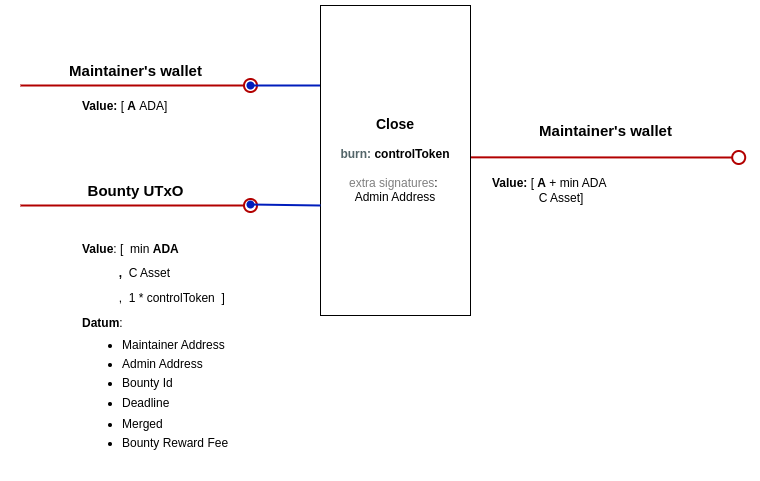
githoney-io/githoney-smart-contract keeps this draw.io diagram as docs/img/close.png. Above is the earlier version. Source tidied: cells renumbered, new cells last; positions are measured from the earlier drawing's top-left corner, leaving out a move shared by most shapes. The source it was exported from:
```xml
<mxGraphModel>
  <root>
    <mxCell id="0" />
    <mxCell id="1" parent="0" />
    <mxCell id="2" style="endArrow=oval;html=1;rounded=0;strokeWidth=2;fillColor=#e51400;strokeColor=#B20000;startArrow=none;startFill=0;endFill=0;endSize=13;" parent="1" edge="1">
      <mxGeometry relative="1" as="geometry">
        <mxPoint y="80" as="sourcePoint" />
        <mxPoint x="230" y="80" as="targetPoint" />
      </mxGeometry>
    </mxCell>
    <mxCell id="3" style="endArrow=oval;html=1;rounded=0;fillColor=#0050ef;strokeColor=#001DBC;shadow=0;strokeWidth=2;startArrow=none;startFill=0;endFill=1;endSize=6;" parent="1" edge="1">
      <mxGeometry relative="1" as="geometry">
        <mxPoint x="350" y="80" as="sourcePoint" />
        <mxPoint x="230" y="80" as="targetPoint" />
      </mxGeometry>
    </mxCell>
    <mxCell id="4" value="&lt;b&gt;Value: &lt;/b&gt;[&lt;b&gt;&amp;nbsp;A&lt;/b&gt;&amp;nbsp;ADA]" style="text;html=1;strokeColor=none;fillColor=none;align=left;verticalAlign=middle;whiteSpace=wrap;rounded=0;" parent="1" vertex="1">
      <mxGeometry x="60" y="80" width="174" height="41" as="geometry" />
    </mxCell>
    <mxCell id="5" style="endArrow=oval;html=1;rounded=0;strokeWidth=2;fillColor=#e51400;strokeColor=#B20000;startArrow=none;startFill=0;endFill=0;endSize=13;exitX=1.015;exitY=0.384;exitDx=0;exitDy=0;exitPerimeter=0;" parent="1" edge="1">
      <mxGeometry relative="1" as="geometry">
        <mxPoint x="450" y="151.8" as="sourcePoint" />
        <mxPoint x="718.2" y="152" as="targetPoint" />
      </mxGeometry>
    </mxCell>
    <mxCell id="6" value="&lt;font style=&quot;&quot;&gt;&lt;span style=&quot;font-weight: bold; font-size: 14px;&quot;&gt;Close&lt;br&gt;&lt;/span&gt;&lt;/font&gt;&lt;br&gt;&lt;b&gt;&lt;font color=&quot;#536569&quot;&gt;burn:&amp;nbsp;&lt;/font&gt;controlToken&lt;br&gt;&lt;/b&gt;&lt;br&gt;&lt;font style=&quot;&quot;&gt;&lt;font color=&quot;#808080&quot;&gt;extra signatures&lt;/font&gt;:&amp;nbsp;&lt;br&gt;Admin Address&lt;/font&gt;" style="rounded=0;whiteSpace=wrap;html=1;" parent="1" vertex="1">
      <mxGeometry x="300" width="150" height="310" as="geometry" />
    </mxCell>
    <mxCell id="7" value="&lt;font style=&quot;font-size: 15px;&quot;&gt;&lt;b style=&quot;font-size: 12px;&quot;&gt;&lt;font style=&quot;font-size: 15px;&quot;&gt;Maintainer's wallet&lt;/font&gt;&lt;/b&gt;&lt;b&gt;&lt;br&gt;&lt;/b&gt;&lt;/font&gt;" style="text;html=1;align=center;verticalAlign=middle;strokeColor=none;fillColor=none;" parent="1" vertex="1">
      <mxGeometry x="35" y="50" width="160" height="30" as="geometry" />
    </mxCell>
    <mxCell id="8" value="&lt;font style=&quot;font-size: 15px;&quot;&gt;&lt;b style=&quot;font-size: 12px;&quot;&gt;&lt;font style=&quot;font-size: 15px;&quot;&gt;Maintainer's wallet&lt;/font&gt;&lt;/b&gt;&lt;b&gt;&lt;br&gt;&lt;/b&gt;&lt;/font&gt;" style="text;html=1;align=center;verticalAlign=middle;strokeColor=none;fillColor=none;" parent="1" vertex="1">
      <mxGeometry x="505.2" y="110" width="160" height="30" as="geometry" />
    </mxCell>
    <mxCell id="9" style="endArrow=oval;html=1;rounded=0;strokeWidth=2;fillColor=#e51400;strokeColor=#B20000;startArrow=none;startFill=0;endFill=0;endSize=13;" parent="1" edge="1">
      <mxGeometry relative="1" as="geometry">
        <mxPoint y="200" as="sourcePoint" />
        <mxPoint x="230" y="200" as="targetPoint" />
      </mxGeometry>
    </mxCell>
    <mxCell id="10" style="endArrow=oval;html=1;rounded=0;fillColor=#0050ef;strokeColor=#001DBC;shadow=0;strokeWidth=2;startArrow=none;startFill=0;endFill=1;endSize=6;" parent="1" edge="1">
      <mxGeometry relative="1" as="geometry">
        <mxPoint x="300" y="200" as="sourcePoint" />
        <mxPoint x="230" y="199" as="targetPoint" />
      </mxGeometry>
    </mxCell>
    <mxCell id="11" value="&lt;font style=&quot;font-size: 15px;&quot;&gt;&lt;b&gt;Bounty UTxO&lt;/b&gt;&lt;/font&gt;" style="text;html=1;align=center;verticalAlign=middle;strokeColor=none;fillColor=none;" parent="1" vertex="1">
      <mxGeometry x="55" y="170" width="120" height="30" as="geometry" />
    </mxCell>
    <mxCell id="12" value="&lt;p style=&quot;line-height: 100%;&quot;&gt;&lt;b&gt;Value&lt;/b&gt;: [&amp;nbsp; min&lt;b&gt;&amp;nbsp;ADA&lt;/b&gt;&lt;/p&gt;&lt;p style=&quot;line-height: 100%;&quot;&gt;&lt;b&gt;&lt;span style=&quot;white-space: pre;&quot;&gt;&#9;&lt;/span&gt;&amp;nbsp; &amp;nbsp;,&amp;nbsp; &lt;/b&gt;C Asset&lt;br&gt;&lt;/p&gt;&lt;span style=&quot;background-color: initial;&quot;&gt;&amp;nbsp; &amp;nbsp; &amp;nbsp; &amp;nbsp; &amp;nbsp; &amp;nbsp;,&amp;nbsp; 1 * controlToken&lt;/span&gt;&lt;b style=&quot;background-color: initial;&quot;&gt;&amp;nbsp;&amp;nbsp;&lt;/b&gt;&lt;span style=&quot;background-color: initial;&quot;&gt;]&amp;nbsp;&lt;/span&gt;&lt;div&gt;&lt;div&gt;&lt;p style=&quot;line-height: 100%;&quot;&gt;&lt;b&gt;Datum&lt;/b&gt;:&lt;/p&gt;&lt;ul style=&quot;line-height: 80%;&quot;&gt;&lt;li&gt;Maintainer Address&lt;/li&gt;&lt;br&gt;&lt;li&gt;Admin Address&amp;nbsp; &amp;nbsp; &amp;nbsp; &amp;nbsp; &amp;nbsp; &amp;nbsp;&lt;br&gt;&amp;nbsp; &amp;nbsp; &amp;nbsp;&lt;/li&gt;&lt;li&gt;Bounty Id&lt;br&gt;&lt;br&gt;&lt;/li&gt;&lt;li&gt;Deadline&lt;/li&gt;&lt;/ul&gt;&lt;ul style=&quot;line-height: 80%;&quot;&gt;&lt;li&gt;Merged&lt;br&gt;&lt;br&gt;&lt;/li&gt;&lt;li&gt;Bounty Reward Fee&lt;br&gt;&lt;br&gt;&lt;/li&gt;&lt;/ul&gt;&lt;p&gt;&lt;/p&gt;&lt;/div&gt;&lt;/div&gt;" style="text;html=1;strokeColor=none;fillColor=none;align=left;verticalAlign=middle;whiteSpace=wrap;rounded=0;" parent="1" vertex="1">
      <mxGeometry x="60" y="220" width="437.4" height="250" as="geometry" />
    </mxCell>
    <mxCell id="13" value="&lt;b&gt;Value: &lt;/b&gt;[&lt;b&gt;&amp;nbsp;A&lt;/b&gt;&amp;nbsp;+ min ADA&lt;br&gt;&lt;div&gt;&lt;span style=&quot;white-space: pre;&quot;&gt;&#9;&lt;/span&gt;&amp;nbsp; &amp;nbsp; &amp;nbsp; C Asset]&lt;/div&gt;" style="text;html=1;strokeColor=none;fillColor=none;align=left;verticalAlign=middle;whiteSpace=wrap;rounded=0;" parent="1" vertex="1">
      <mxGeometry x="470" y="164.5" width="174" height="41" as="geometry" />
    </mxCell>
  </root>
</mxGraphModel>
```
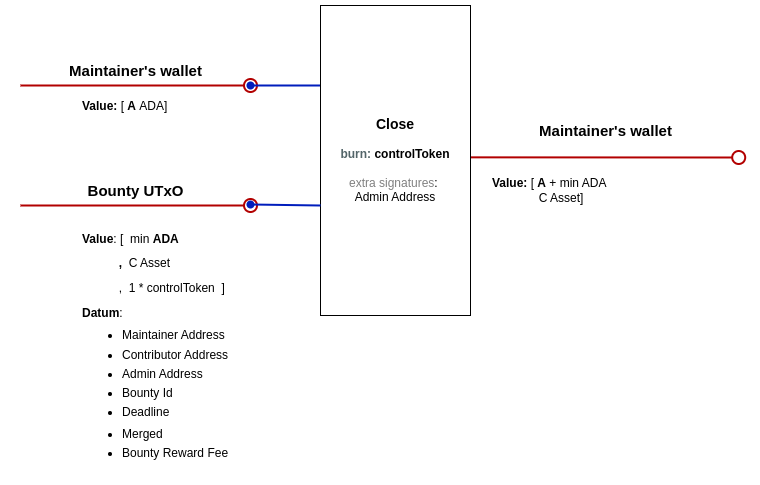
Later version of the same file.

Commit message:
Close and more checks

Change to the diagram source:
```diff
@@ -47,7 +47,7 @@
     <mxCell id="11" value="&lt;font style=&quot;font-size: 15px;&quot;&gt;&lt;b&gt;Bounty UTxO&lt;/b&gt;&lt;/font&gt;" style="text;html=1;align=center;verticalAlign=middle;strokeColor=none;fillColor=none;" parent="1" vertex="1">
       <mxGeometry x="55" y="170" width="120" height="30" as="geometry" />
     </mxCell>
-    <mxCell id="12" value="&lt;p style=&quot;line-height: 100%;&quot;&gt;&lt;b&gt;Value&lt;/b&gt;: [&amp;nbsp; min&lt;b&gt;&amp;nbsp;ADA&lt;/b&gt;&lt;/p&gt;&lt;p style=&quot;line-height: 100%;&quot;&gt;&lt;b&gt;&lt;span style=&quot;white-space: pre;&quot;&gt;&#9;&lt;/span&gt;&amp;nbsp; &amp;nbsp;,&amp;nbsp; &lt;/b&gt;C Asset&lt;br&gt;&lt;/p&gt;&lt;span style=&quot;background-color: initial;&quot;&gt;&amp;nbsp; &amp;nbsp; &amp;nbsp; &amp;nbsp; &amp;nbsp; &amp;nbsp;,&amp;nbsp; 1 * controlToken&lt;/span&gt;&lt;b style=&quot;background-color: initial;&quot;&gt;&amp;nbsp;&amp;nbsp;&lt;/b&gt;&lt;span style=&quot;background-color: initial;&quot;&gt;]&amp;nbsp;&lt;/span&gt;&lt;div&gt;&lt;div&gt;&lt;p style=&quot;line-height: 100%;&quot;&gt;&lt;b&gt;Datum&lt;/b&gt;:&lt;/p&gt;&lt;ul style=&quot;line-height: 80%;&quot;&gt;&lt;li&gt;Maintainer Address&lt;/li&gt;&lt;br&gt;&lt;li&gt;Admin Address&amp;nbsp; &amp;nbsp; &amp;nbsp; &amp;nbsp; &amp;nbsp; &amp;nbsp;&lt;br&gt;&amp;nbsp; &amp;nbsp; &amp;nbsp;&lt;/li&gt;&lt;li&gt;Bounty Id&lt;br&gt;&lt;br&gt;&lt;/li&gt;&lt;li&gt;Deadline&lt;/li&gt;&lt;/ul&gt;&lt;ul style=&quot;line-height: 80%;&quot;&gt;&lt;li&gt;Merged&lt;br&gt;&lt;br&gt;&lt;/li&gt;&lt;li&gt;Bounty Reward Fee&lt;br&gt;&lt;br&gt;&lt;/li&gt;&lt;/ul&gt;&lt;p&gt;&lt;/p&gt;&lt;/div&gt;&lt;/div&gt;" style="text;html=1;strokeColor=none;fillColor=none;align=left;verticalAlign=middle;whiteSpace=wrap;rounded=0;" parent="1" vertex="1">
+    <mxCell id="12" value="&lt;p style=&quot;line-height: 100%;&quot;&gt;&lt;b&gt;Value&lt;/b&gt;: [&amp;nbsp; min&lt;b&gt;&amp;nbsp;ADA&lt;/b&gt;&lt;/p&gt;&lt;p style=&quot;line-height: 100%;&quot;&gt;&lt;b&gt;&lt;span style=&quot;white-space: pre;&quot;&gt;&#9;&lt;/span&gt;&amp;nbsp; &amp;nbsp;,&amp;nbsp; &lt;/b&gt;C Asset&lt;br&gt;&lt;/p&gt;&lt;span style=&quot;background-color: initial;&quot;&gt;&amp;nbsp; &amp;nbsp; &amp;nbsp; &amp;nbsp; &amp;nbsp; &amp;nbsp;,&amp;nbsp; 1 * controlToken&lt;/span&gt;&lt;b style=&quot;background-color: initial;&quot;&gt;&amp;nbsp;&amp;nbsp;&lt;/b&gt;&lt;span style=&quot;background-color: initial;&quot;&gt;]&amp;nbsp;&lt;/span&gt;&lt;div&gt;&lt;div&gt;&lt;p style=&quot;line-height: 100%;&quot;&gt;&lt;b&gt;Datum&lt;/b&gt;:&lt;/p&gt;&lt;ul style=&quot;line-height: 80%;&quot;&gt;&lt;li&gt;Maintainer Address&lt;br&gt;&lt;br&gt;&lt;/li&gt;&lt;li&gt;Contributor Address&lt;/li&gt;&lt;br&gt;&lt;li&gt;Admin Address&amp;nbsp; &amp;nbsp; &amp;nbsp; &amp;nbsp; &amp;nbsp; &amp;nbsp;&lt;br&gt;&amp;nbsp; &amp;nbsp; &amp;nbsp;&lt;/li&gt;&lt;li&gt;Bounty Id&lt;br&gt;&lt;br&gt;&lt;/li&gt;&lt;li&gt;Deadline&lt;/li&gt;&lt;/ul&gt;&lt;ul style=&quot;line-height: 80%;&quot;&gt;&lt;li&gt;Merged&lt;br&gt;&lt;br&gt;&lt;/li&gt;&lt;li&gt;Bounty Reward Fee&lt;br&gt;&lt;br&gt;&lt;/li&gt;&lt;/ul&gt;&lt;p&gt;&lt;/p&gt;&lt;/div&gt;&lt;/div&gt;" style="text;html=1;strokeColor=none;fillColor=none;align=left;verticalAlign=middle;whiteSpace=wrap;rounded=0;" parent="1" vertex="1">
       <mxGeometry x="60" y="220" width="437.4" height="250" as="geometry" />
     </mxCell>
     <mxCell id="13" value="&lt;b&gt;Value: &lt;/b&gt;[&lt;b&gt;&amp;nbsp;A&lt;/b&gt;&amp;nbsp;+ min ADA&lt;br&gt;&lt;div&gt;&lt;span style=&quot;white-space: pre;&quot;&gt;&#9;&lt;/span&gt;&amp;nbsp; &amp;nbsp; &amp;nbsp; C Asset]&lt;/div&gt;" style="text;html=1;strokeColor=none;fillColor=none;align=left;verticalAlign=middle;whiteSpace=wrap;rounded=0;" parent="1" vertex="1">
```
